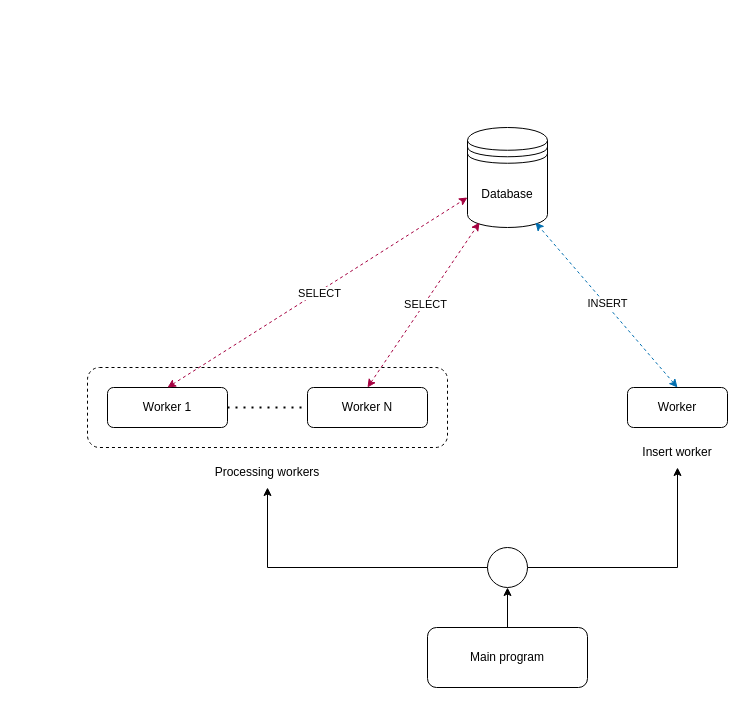
The draw.io diagram diagrams/workers.drawio in AmazingTool777-911/mada-adm, before the edit. Source tidied: cells renumbered, new cells numbered last; positions are measured from the earlier drawing's top-left corner, leaving out a move shared by most shapes. Both pictures are drawn from the tidied source at 100%, with x=0, y=0 at pixel (87, 127).
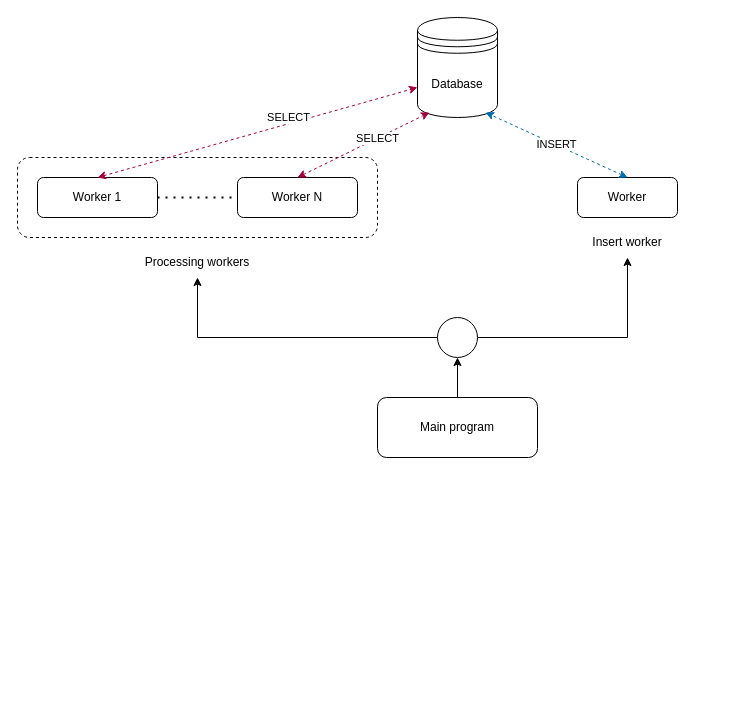
The same page after the edit.

Diff of the diagram source:
```diff
@@
-    <mxCell id="2" style="group;" parent="1" vertex="1">
-      <mxGeometry width="645" height="560" as="geometry" />
-    </mxCell>
-    <mxCell id="3" value="Database" style="shape=datastore;whiteSpace=wrap;html=1;" parent="2" vertex="1">
-      <mxGeometry x="380" width="80" height="100" as="geometry" />
+    <mxCell id="3" value="Database" style="shape=datastore;whiteSpace=wrap;html=1;" parent="1" vertex="1">
+      <mxGeometry x="330" y="-110" width="80" height="100" as="geometry" />
     </mxCell>
-    <mxCell id="4" style="rounded=1;whiteSpace=wrap;html=1;fillColor=none;dashed=1;" parent="2" vertex="1">
-      <mxGeometry y="240" width="360" height="80" as="geometry" />
+    <mxCell id="4" style="rounded=1;whiteSpace=wrap;html=1;fillColor=none;dashed=1;" parent="1" vertex="1">
+      <mxGeometry x="-70" y="30" width="360" height="80" as="geometry" />
     </mxCell>
-    <mxCell id="5" value="Worker 1" style="rounded=1;whiteSpace=wrap;html=1;" parent="2" vertex="1">
-      <mxGeometry x="20" y="260" width="120" height="40" as="geometry" />
+    <mxCell id="5" value="Worker 1" style="rounded=1;whiteSpace=wrap;html=1;" parent="1" vertex="1">
+      <mxGeometry x="-50" y="50" width="120" height="40" as="geometry" />
     </mxCell>
-    <mxCell id="6" value="Worker N" style="rounded=1;whiteSpace=wrap;html=1;" parent="2" vertex="1">
-      <mxGeometry x="220" y="260" width="120" height="40" as="geometry" />
+    <mxCell id="6" value="Worker N" style="rounded=1;whiteSpace=wrap;html=1;" parent="1" vertex="1">
+      <mxGeometry x="150" y="50" width="120" height="40" as="geometry" />
     </mxCell>
-    <mxCell id="7" style="endArrow=none;dashed=1;html=1;dashPattern=1 3;strokeWidth=2;rounded=0;exitX=1;exitY=0.5;exitDx=0;exitDy=0;entryX=0;entryY=0.5;entryDx=0;entryDy=0;" parent="2" edge="1" source="5" target="6">
+    <mxCell id="7" style="endArrow=none;dashed=1;html=1;dashPattern=1 3;strokeWidth=2;rounded=0;exitX=1;exitY=0.5;exitDx=0;exitDy=0;entryX=0;entryY=0.5;entryDx=0;entryDy=0;" parent="1" edge="1" source="5" target="6">
       <mxGeometry relative="1" as="geometry" />
     </mxCell>
-    <mxCell id="8" value="Processing workers" style="text;html=1;whiteSpace=wrap;strokeColor=none;fillColor=none;align=center;verticalAlign=middle;rounded=0;" parent="2" vertex="1">
-      <mxGeometry x="125" y="330" width="110" height="30" as="geometry" />
+    <mxCell id="8" value="Processing workers" style="text;html=1;whiteSpace=wrap;strokeColor=none;fillColor=none;align=center;verticalAlign=middle;rounded=0;" parent="1" vertex="1">
+      <mxGeometry x="55" y="120" width="110" height="30" as="geometry" />
     </mxCell>
-    <mxCell id="9" style="endArrow=classic;startArrow=classic;html=1;rounded=0;exitX=0.5;exitY=0;exitDx=0;exitDy=0;entryX=0;entryY=0.7;entryDx=0;entryDy=0;dashed=1;flowAnimation=1;fillColor=#d80073;strokeColor=#A50040;" parent="2" edge="1" source="5" target="3">
+    <mxCell id="9" style="endArrow=classic;startArrow=classic;html=1;rounded=0;exitX=0.5;exitY=0;exitDx=0;exitDy=0;entryX=0;entryY=0.7;entryDx=0;entryDy=0;dashed=1;flowAnimation=1;fillColor=#d80073;strokeColor=#A50040;" parent="1" edge="1" source="5" target="3">
       <mxGeometry relative="1" as="geometry" />
     </mxCell>
     <mxCell id="10" value="SELECT" style="edgeLabel;html=1;align=center;verticalAlign=middle;" parent="9" vertex="1">
-      <mxGeometry x="0.01" y="-1" relative="1" as="geometry" />
+      <mxGeometry x="0.01" y="-1" relative="1" as="geometry">
+        <mxPoint x="29" y="-16" as="offset" />
+      </mxGeometry>
     </mxCell>
-    <mxCell id="11" style="endArrow=classic;startArrow=classic;html=1;rounded=0;exitX=0.5;exitY=0;exitDx=0;exitDy=0;entryX=0.15;entryY=0.95;entryDx=0;entryDy=0;dashed=1;flowAnimation=1;entryPerimeter=0;fillColor=#d80073;strokeColor=#A50040;" parent="2" edge="1" source="6" target="3">
+    <mxCell id="11" style="endArrow=classic;startArrow=classic;html=1;rounded=0;exitX=0.5;exitY=0;exitDx=0;exitDy=0;entryX=0.15;entryY=0.95;entryDx=0;entryDy=0;dashed=1;flowAnimation=1;entryPerimeter=0;fillColor=#d80073;strokeColor=#A50040;" parent="1" edge="1" source="6" target="3">
       <mxGeometry relative="1" as="geometry" />
     </mxCell>
     <mxCell id="12" value="SELECT" style="edgeLabel;html=1;align=center;verticalAlign=middle;" parent="11" vertex="1">
-      <mxGeometry x="0.01" y="-1" relative="1" as="geometry" />
+      <mxGeometry x="0.01" y="-1" relative="1" as="geometry">
+        <mxPoint x="13" y="-8" as="offset" />
+      </mxGeometry>
     </mxCell>
-    <mxCell id="13" value="Worker" style="rounded=1;whiteSpace=wrap;html=1;" parent="2" vertex="1">
-      <mxGeometry x="540" y="260" width="100" height="40" as="geometry" />
+    <mxCell id="13" value="Worker" style="rounded=1;whiteSpace=wrap;html=1;" parent="1" vertex="1">
+      <mxGeometry x="490" y="50" width="100" height="40" as="geometry" />
     </mxCell>
-    <mxCell id="14" style="endArrow=classic;startArrow=classic;html=1;rounded=0;exitX=0.5;exitY=0;exitDx=0;exitDy=0;entryX=0.85;entryY=0.95;entryDx=0;entryDy=0;dashed=1;flowAnimation=1;entryPerimeter=0;fillColor=#1ba1e2;strokeColor=#006EAF;" parent="2" edge="1" source="13" target="3">
+    <mxCell id="14" style="endArrow=classic;startArrow=classic;html=1;rounded=0;exitX=0.5;exitY=0;exitDx=0;exitDy=0;entryX=0.85;entryY=0.95;entryDx=0;entryDy=0;dashed=1;flowAnimation=1;entryPerimeter=0;fillColor=#1ba1e2;strokeColor=#006EAF;" parent="1" edge="1" source="13" target="3">
       <mxGeometry relative="1" as="geometry" />
     </mxCell>
@@
-    <mxCell id="16" value="Insert worker" style="text;html=1;whiteSpace=wrap;strokeColor=none;fillColor=none;align=center;verticalAlign=middle;rounded=0;" parent="2" vertex="1">
-      <mxGeometry x="535" y="310" width="110" height="30" as="geometry" />
+    <mxCell id="16" value="Insert worker" style="text;html=1;whiteSpace=wrap;strokeColor=none;fillColor=none;align=center;verticalAlign=middle;rounded=0;" parent="1" vertex="1">
+      <mxGeometry x="485" y="100" width="110" height="30" as="geometry" />
     </mxCell>
-    <mxCell id="17" style="ellipse;whiteSpace=wrap;html=1;" parent="2" vertex="1">
-      <mxGeometry x="400" y="420" width="40" height="40" as="geometry" />
+    <mxCell id="17" style="ellipse;whiteSpace=wrap;html=1;" parent="1" vertex="1">
+      <mxGeometry x="350" y="190" width="40" height="40" as="geometry" />
     </mxCell>
-    <mxCell id="18" value="Main program" style="rounded=1;whiteSpace=wrap;html=1;" parent="2" vertex="1">
-      <mxGeometry x="340" y="500" width="160" height="60" as="geometry" />
+    <mxCell id="18" value="Main program" style="rounded=1;whiteSpace=wrap;html=1;" parent="1" vertex="1">
+      <mxGeometry x="290" y="270" width="160" height="60" as="geometry" />
     </mxCell>
-    <mxCell id="19" style="endArrow=classic;html=1;rounded=0;exitX=0.5;exitY=0;exitDx=0;exitDy=0;entryX=0.5;entryY=1;entryDx=0;entryDy=0;" parent="2" edge="1" source="18" target="17">
+    <mxCell id="19" style="endArrow=classic;html=1;rounded=0;exitX=0.5;exitY=0;exitDx=0;exitDy=0;entryX=0.5;entryY=1;entryDx=0;entryDy=0;" parent="1" edge="1" source="18" target="17">
       <mxGeometry relative="1" as="geometry" />
     </mxCell>
-    <mxCell id="20" style="endArrow=classic;html=1;rounded=0;entryX=0.5;entryY=1;entryDx=0;entryDy=0;exitX=0;exitY=0.5;exitDx=0;exitDy=0;" parent="2" edge="1" source="17" target="8">
+    <mxCell id="20" style="endArrow=classic;html=1;rounded=0;entryX=0.5;entryY=1;entryDx=0;entryDy=0;exitX=0;exitY=0.5;exitDx=0;exitDy=0;" parent="1" edge="1" source="17" target="8">
       <mxGeometry relative="1" as="geometry">
         <Array as="points">
-          <mxPoint x="180" y="440" />
+          <mxPoint x="110" y="210" />
         </Array>
       </mxGeometry>
     </mxCell>
-    <mxCell id="21" style="endArrow=classic;html=1;rounded=0;entryX=0.5;entryY=1;entryDx=0;entryDy=0;exitX=1;exitY=0.5;exitDx=0;exitDy=0;" parent="2" edge="1" source="17" target="16">
+    <mxCell id="21" style="endArrow=classic;html=1;rounded=0;entryX=0.5;entryY=1;entryDx=0;entryDy=0;exitX=1;exitY=0.5;exitDx=0;exitDy=0;" parent="1" edge="1" source="17" target="16">
       <mxGeometry relative="1" as="geometry">
         <Array as="points">
-          <mxPoint x="590" y="440" />
+          <mxPoint x="540" y="210" />
         </Array>
       </mxGeometry>
     </mxCell>
```
